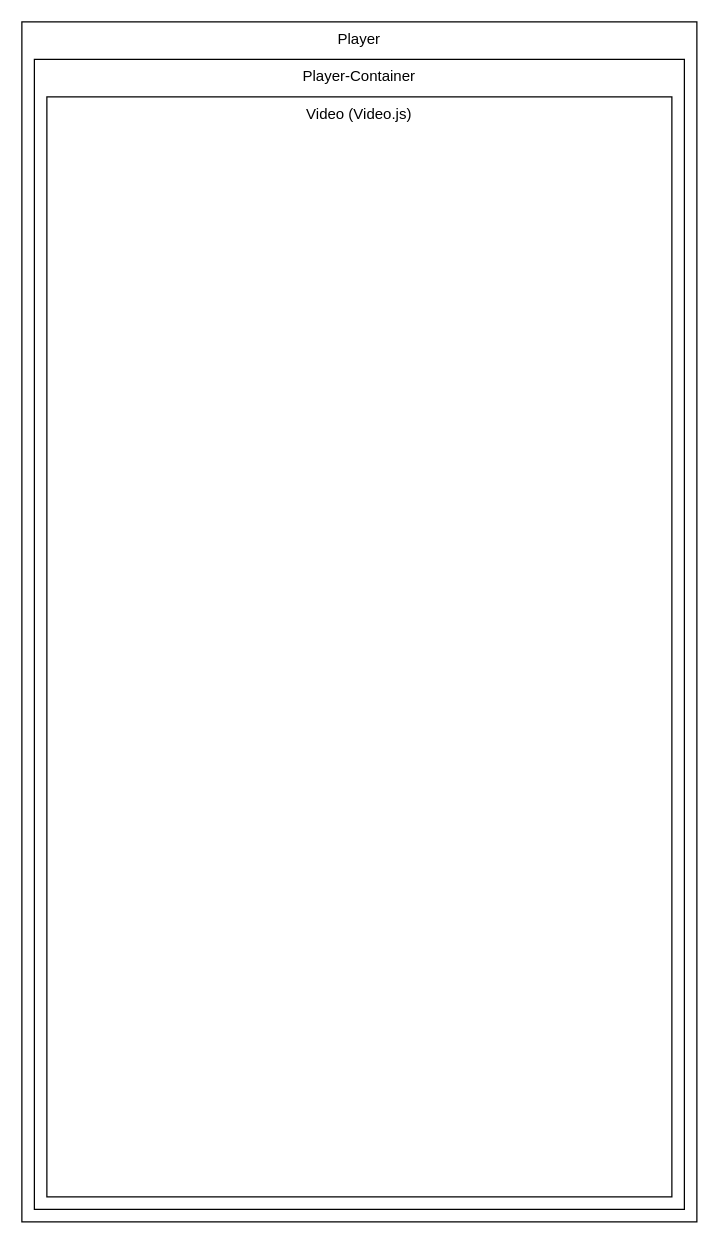
Above: BYUB_Rewind.drawio in brightlightkim/Coding_Design (draw.io), before the change. Source tidied: cells renumbered, new cells numbered last; positions are measured from the earlier drawing's top-left corner, leaving out a move shared by most shapes. Both pictures are drawn from the tidied source at 125%, with x=0, y=0 at pixel (21, 21).
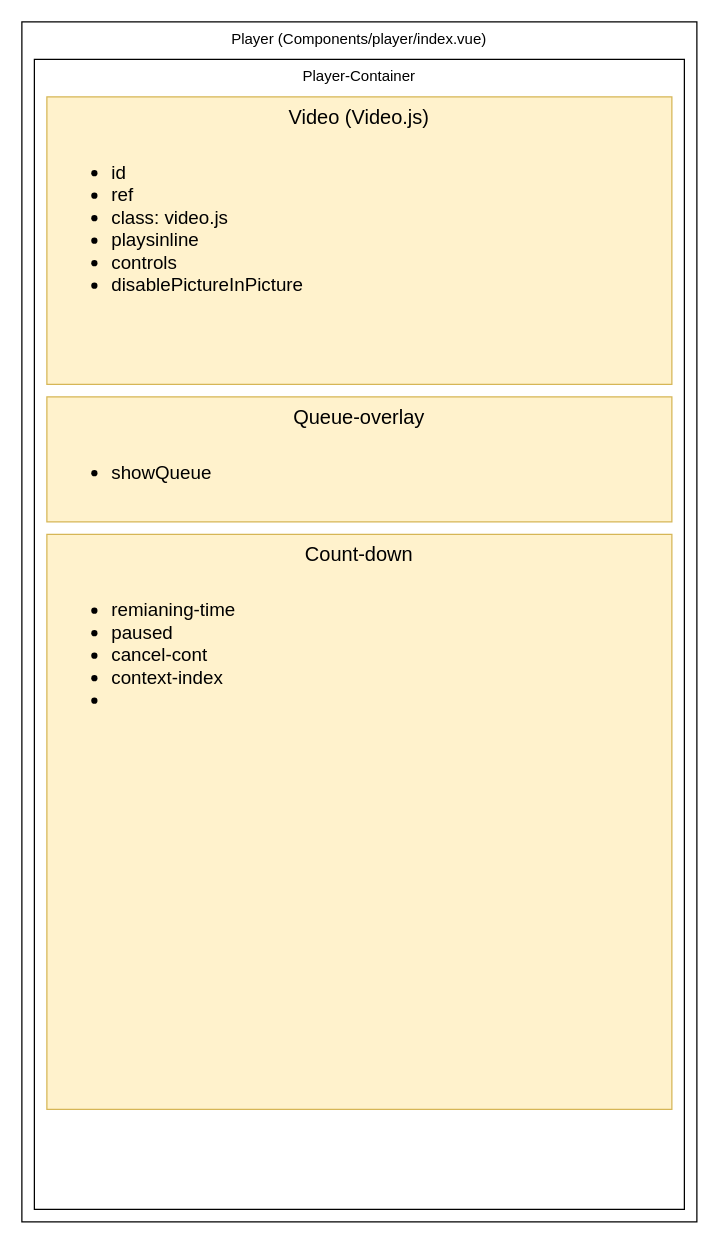
The same diagram, later.

The edit, as a diff of the source:
```diff
@@
 <mxGraphModel>
   <root>
     <mxCell id="0" />
     <mxCell id="1" parent="0" />
-    <mxCell id="2" value="Player" style="rounded=0;whiteSpace=wrap;html=1;verticalAlign=top;" parent="1" vertex="1">
+    <mxCell id="2" value="Player (Components/player/index.vue)" style="rounded=0;whiteSpace=wrap;html=1;verticalAlign=top;" parent="1" vertex="1">
       <mxGeometry width="540" height="960" as="geometry" />
     </mxCell>
     <mxCell id="3" value="Player-Container" style="rounded=0;whiteSpace=wrap;html=1;verticalAlign=top;" parent="1" vertex="1">
       <mxGeometry x="10" y="30" width="520" height="920" as="geometry" />
     </mxCell>
-    <mxCell id="4" value="Video (Video.js)" style="rounded=0;whiteSpace=wrap;html=1;verticalAlign=top;" parent="1" vertex="1">
-      <mxGeometry x="20" y="60" width="500" height="880" as="geometry" />
+    <mxCell id="4" value="&lt;font style=&quot;font-size: 16px;&quot;&gt;Video (Video.js)&lt;/font&gt;" style="rounded=0;whiteSpace=wrap;html=1;verticalAlign=top;fillColor=#fff2cc;strokeColor=#d6b656;" parent="1" vertex="1">
+      <mxGeometry x="20" y="60" width="500" height="230" as="geometry" />
     </mxCell>
+    <mxCell id="5" value="&lt;ul style=&quot;font-size: 15px;&quot;&gt;&lt;li style=&quot;font-size: 15px;&quot;&gt;id&lt;/li&gt;&lt;li style=&quot;font-size: 15px;&quot;&gt;ref&lt;/li&gt;&lt;li style=&quot;font-size: 15px;&quot;&gt;class: video.js&lt;/li&gt;&lt;li style=&quot;font-size: 15px;&quot;&gt;playsinline&lt;/li&gt;&lt;li style=&quot;font-size: 15px;&quot;&gt;controls&lt;/li&gt;&lt;li style=&quot;font-size: 15px;&quot;&gt;disablePictureInPicture&lt;/li&gt;&lt;/ul&gt;" style="text;html=1;strokeColor=none;fillColor=none;align=left;verticalAlign=top;whiteSpace=wrap;rounded=0;fontSize=15;" parent="1" vertex="1">
+      <mxGeometry x="30" y="90" width="230" height="180" as="geometry" />
+    </mxCell>
+    <mxCell id="6" value="&lt;font style=&quot;font-size: 16px;&quot;&gt;Queue-overlay&lt;/font&gt;" style="rounded=0;whiteSpace=wrap;html=1;verticalAlign=top;fillColor=#fff2cc;strokeColor=#d6b656;" parent="1" vertex="1">
+      <mxGeometry x="20" y="300" width="500" height="100" as="geometry" />
+    </mxCell>
+    <mxCell id="7" value="&lt;ul style=&quot;font-size: 15px;&quot;&gt;&lt;li style=&quot;font-size: 15px;&quot;&gt;showQueue&lt;/li&gt;&lt;/ul&gt;" style="text;html=1;strokeColor=none;fillColor=none;align=left;verticalAlign=top;whiteSpace=wrap;rounded=0;fontSize=15;" parent="1" vertex="1">
+      <mxGeometry x="30" y="330" width="300" height="50" as="geometry" />
+    </mxCell>
+    <mxCell id="8" value="&lt;font style=&quot;font-size: 16px;&quot;&gt;Count-down&lt;/font&gt;" style="rounded=0;whiteSpace=wrap;html=1;verticalAlign=top;fillColor=#fff2cc;strokeColor=#d6b656;" parent="1" vertex="1">
+      <mxGeometry x="20" y="410" width="500" height="460" as="geometry" />
+    </mxCell>
+    <mxCell id="9" value="&lt;ul style=&quot;font-size: 15px;&quot;&gt;&lt;li style=&quot;font-size: 15px;&quot;&gt;remianing-time&lt;/li&gt;&lt;li style=&quot;font-size: 15px;&quot;&gt;paused&lt;/li&gt;&lt;li style=&quot;font-size: 15px;&quot;&gt;cancel-cont&lt;/li&gt;&lt;li style=&quot;font-size: 15px;&quot;&gt;context-index&lt;/li&gt;&lt;li style=&quot;font-size: 15px;&quot;&gt;&lt;br&gt;&lt;/li&gt;&lt;/ul&gt;" style="text;html=1;strokeColor=none;fillColor=none;align=left;verticalAlign=top;whiteSpace=wrap;rounded=0;fontSize=15;" parent="1" vertex="1">
+      <mxGeometry x="30" y="440" width="230" height="180" as="geometry" />
+    </mxCell>
   </root>
 </mxGraphModel>
```
